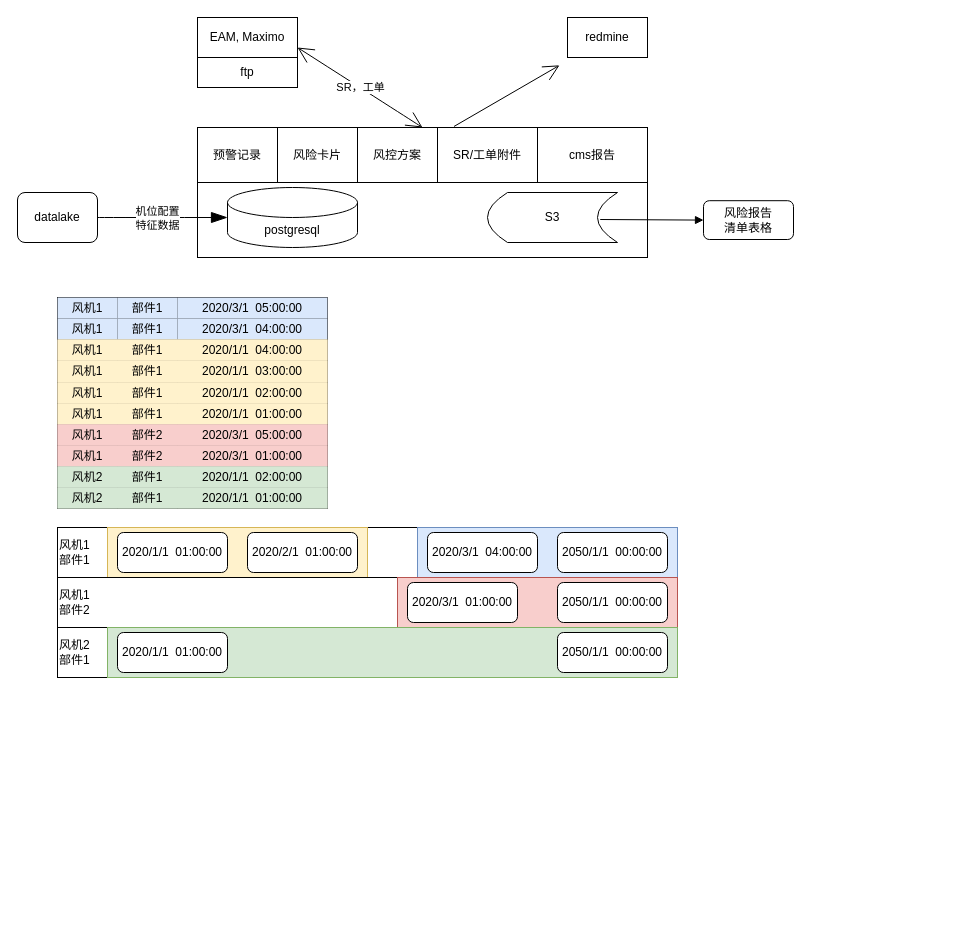
Before: 云端透视.drawio in tonyleifang/tony, a draw.io diagram. Source tidied: cells renumbered, new cells numbered last; positions are measured from the earlier drawing's top-left corner, leaving out a move shared by most shapes. Both pictures are drawn from the tidied source at 100%, with x=0, y=0 at pixel (17, 17).
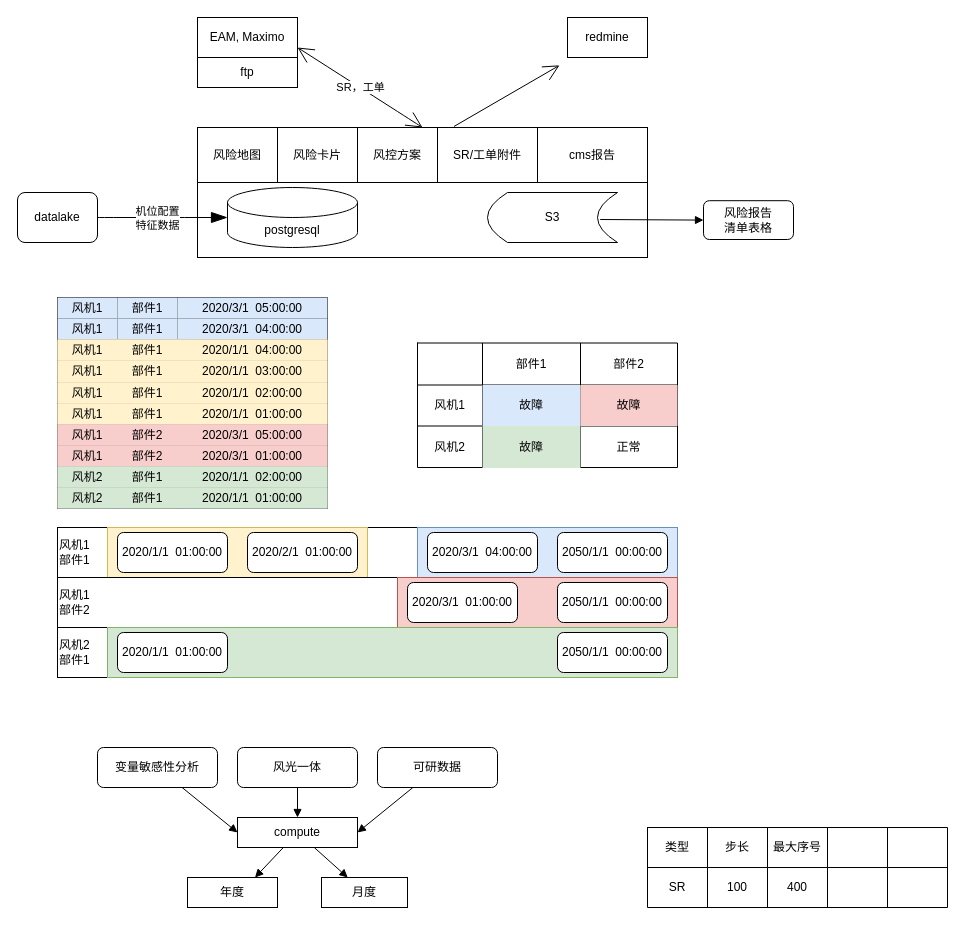
Above is the later version.

Commit message:
更新云端透视.drawio

The edit, as a diff of the source:
```diff
@@
-    <mxCell id="13" value="预警记录" style="rounded=0;whiteSpace=wrap;html=1;hachureGap=4;" parent="1" vertex="1">
+    <mxCell id="13" value="风险地图" style="rounded=0;whiteSpace=wrap;html=1;hachureGap=4;" parent="1" vertex="1">
       <mxGeometry x="180" y="110" width="80" height="55" as="geometry" />
     </mxCell>
@@
+    <mxCell id="76" style="rounded=0;jettySize=auto;html=1;endArrow=block;endFill=1;entryX=0;entryY=0.5;entryDx=0;entryDy=0;" parent="1" edge="1" source="77" target="82">
+      <mxGeometry relative="1" as="geometry" />
+    </mxCell>
+    <mxCell id="77" value="变量敏感性分析" style="rounded=1;whiteSpace=wrap;html=1;" parent="1" vertex="1">
+      <mxGeometry x="80" y="730" width="120" height="40" as="geometry" />
+    </mxCell>
+    <mxCell id="78" style="edgeStyle=none;jettySize=auto;html=1;endArrow=block;endFill=1;" parent="1" edge="1" source="79" target="82">
+      <mxGeometry relative="1" as="geometry" />
+    </mxCell>
+    <mxCell id="79" value="风光一体" style="rounded=1;whiteSpace=wrap;html=1;" parent="1" vertex="1">
+      <mxGeometry x="220" y="730" width="120" height="40" as="geometry" />
+    </mxCell>
+    <mxCell id="80" style="edgeStyle=none;jettySize=auto;html=1;endArrow=block;endFill=1;" parent="1" edge="1" source="82" target="84">
+      <mxGeometry relative="1" as="geometry" />
+    </mxCell>
+    <mxCell id="81" style="edgeStyle=none;jettySize=auto;html=1;endArrow=block;endFill=1;entryX=0.75;entryY=0;entryDx=0;entryDy=0;" parent="1" edge="1" source="82" target="83">
+      <mxGeometry relative="1" as="geometry" />
+    </mxCell>
+    <mxCell id="82" value="compute" style="rounded=0;whiteSpace=wrap;html=1;" parent="1" vertex="1">
+      <mxGeometry x="220" y="800" width="120" height="30" as="geometry" />
+    </mxCell>
+    <mxCell id="83" value="年度" style="rounded=0;whiteSpace=wrap;html=1;" parent="1" vertex="1">
+      <mxGeometry x="170" y="860" width="90" height="30" as="geometry" />
+    </mxCell>
+    <mxCell id="84" value="月度" style="rounded=0;whiteSpace=wrap;html=1;" parent="1" vertex="1">
+      <mxGeometry x="304" y="860" width="86" height="30" as="geometry" />
+    </mxCell>
+    <mxCell id="85" style="edgeStyle=none;jettySize=auto;html=1;endArrow=block;endFill=1;entryX=1;entryY=0.5;entryDx=0;entryDy=0;" parent="1" edge="1" source="86" target="82">
+      <mxGeometry relative="1" as="geometry" />
+    </mxCell>
+    <mxCell id="86" value="可研数据" style="rounded=1;whiteSpace=wrap;html=1;" parent="1" vertex="1">
+      <mxGeometry x="360" y="730" width="120" height="40" as="geometry" />
+    </mxCell>
+    <mxCell id="87" style="shape=table;startSize=0;childLayout=tableLayout;rounded=0;" parent="1" vertex="1">
+      <mxGeometry x="400" y="325.5" width="260" height="124.5" as="geometry" />
+    </mxCell>
+    <mxCell id="88" style="shape=partialRectangle;fillColor=none;top=0;left=0;bottom=0;right=0;rounded=0;" parent="87" vertex="1">
+      <mxGeometry width="260" height="42" as="geometry" />
+    </mxCell>
+    <mxCell id="89" style="shape=partialRectangle;html=1;whiteSpace=wrap;overflow=hidden;fillColor=none;top=0;left=0;bottom=0;right=0;rounded=0;" parent="88" vertex="1">
+      <mxGeometry width="65" height="42" as="geometry" />
+    </mxCell>
+    <mxCell id="90" value="部件1" style="shape=partialRectangle;html=1;whiteSpace=wrap;overflow=hidden;fillColor=none;top=0;left=0;bottom=0;right=0;rounded=0;" parent="88" vertex="1">
+      <mxGeometry x="65" width="98" height="42" as="geometry" />
+    </mxCell>
+    <mxCell id="91" value="部件2" style="shape=partialRectangle;html=1;whiteSpace=wrap;overflow=hidden;fillColor=none;top=0;left=0;bottom=0;right=0;rounded=0;" parent="88" vertex="1">
+      <mxGeometry x="163" width="97" height="42" as="geometry" />
+    </mxCell>
+    <mxCell id="92" style="shape=partialRectangle;fillColor=none;top=0;left=0;bottom=0;right=0;rounded=0;" parent="87" vertex="1">
+      <mxGeometry y="42" width="260" height="41" as="geometry" />
+    </mxCell>
+    <mxCell id="93" value="风机1" style="shape=partialRectangle;html=1;whiteSpace=wrap;overflow=hidden;fillColor=none;top=0;left=0;bottom=0;right=0;rounded=0;" parent="92" vertex="1">
+      <mxGeometry width="65" height="41" as="geometry" />
+    </mxCell>
+    <mxCell id="94" value="故障" style="shape=partialRectangle;html=1;whiteSpace=wrap;overflow=hidden;fillColor=#dae8fc;top=0;left=0;bottom=0;right=0;rounded=0;strokeColor=#6c8ebf;" parent="92" vertex="1">
+      <mxGeometry x="65" width="98" height="41" as="geometry" />
+    </mxCell>
+    <mxCell id="95" value="故障" style="shape=partialRectangle;html=1;whiteSpace=wrap;overflow=hidden;fillColor=#f8cecc;top=0;left=0;bottom=0;right=0;rounded=0;strokeColor=#b85450;" parent="92" vertex="1">
+      <mxGeometry x="163" width="97" height="41" as="geometry" />
+    </mxCell>
+    <mxCell id="96" style="shape=partialRectangle;fillColor=none;top=0;left=0;bottom=0;right=0;rounded=0;" parent="87" vertex="1">
+      <mxGeometry y="83" width="260" height="42" as="geometry" />
+    </mxCell>
+    <mxCell id="97" value="风机2" style="shape=partialRectangle;html=1;whiteSpace=wrap;overflow=hidden;fillColor=none;top=0;left=0;bottom=0;right=0;rounded=0;" parent="96" vertex="1">
+      <mxGeometry width="65" height="42" as="geometry" />
+    </mxCell>
+    <mxCell id="98" value="故障" style="shape=partialRectangle;html=1;whiteSpace=wrap;overflow=hidden;fillColor=#d5e8d4;top=0;left=0;bottom=0;right=0;rounded=0;strokeColor=#82b366;" parent="96" vertex="1">
+      <mxGeometry x="65" width="98" height="42" as="geometry" />
+    </mxCell>
+    <mxCell id="99" value="正常" style="shape=partialRectangle;html=1;whiteSpace=wrap;overflow=hidden;fillColor=none;top=0;left=0;bottom=0;right=0;rounded=0;" parent="96" vertex="1">
+      <mxGeometry x="163" width="97" height="42" as="geometry" />
+    </mxCell>
+    <mxCell id="100" style="shape=table;startSize=0;childLayout=tableLayout;rounded=0;" parent="1" vertex="1">
+      <mxGeometry x="630" y="810" width="300" height="80" as="geometry" />
+    </mxCell>
+    <mxCell id="101" style="shape=partialRectangle;fillColor=none;top=0;left=0;bottom=0;right=0;rounded=0;" parent="100" vertex="1">
+      <mxGeometry width="300" height="40" as="geometry" />
+    </mxCell>
+    <mxCell id="102" value="类型" style="shape=partialRectangle;html=1;whiteSpace=wrap;overflow=hidden;fillColor=none;top=0;left=0;bottom=0;right=0;rounded=0;" parent="101" vertex="1">
+      <mxGeometry width="60" height="40" as="geometry" />
+    </mxCell>
+    <mxCell id="103" value="步长" style="shape=partialRectangle;html=1;whiteSpace=wrap;overflow=hidden;fillColor=none;top=0;left=0;bottom=0;right=0;rounded=0;" parent="101" vertex="1">
+      <mxGeometry x="60" width="60" height="40" as="geometry" />
+    </mxCell>
+    <mxCell id="104" value="最大序号" style="shape=partialRectangle;html=1;whiteSpace=wrap;overflow=hidden;fillColor=none;top=0;left=0;bottom=0;right=0;rounded=0;" parent="101" vertex="1">
+      <mxGeometry x="120" width="60" height="40" as="geometry" />
+    </mxCell>
+    <mxCell id="105" style="shape=partialRectangle;html=1;whiteSpace=wrap;overflow=hidden;fillColor=none;top=0;left=0;bottom=0;right=0;rounded=0;" parent="101" vertex="1">
+      <mxGeometry x="180" width="60" height="40" as="geometry" />
+    </mxCell>
+    <mxCell id="106" style="shape=partialRectangle;html=1;whiteSpace=wrap;overflow=hidden;fillColor=none;top=0;left=0;bottom=0;right=0;rounded=0;" parent="101" vertex="1">
+      <mxGeometry x="240" width="60" height="40" as="geometry" />
+    </mxCell>
+    <mxCell id="107" style="shape=partialRectangle;fillColor=none;top=0;left=0;bottom=0;right=0;rounded=0;" parent="100" vertex="1">
+      <mxGeometry y="40" width="300" height="40" as="geometry" />
+    </mxCell>
+    <mxCell id="108" value="SR" style="shape=partialRectangle;html=1;whiteSpace=wrap;overflow=hidden;fillColor=none;top=0;left=0;bottom=0;right=0;rounded=0;" parent="107" vertex="1">
+      <mxGeometry width="60" height="40" as="geometry" />
+    </mxCell>
+    <mxCell id="109" value="100" style="shape=partialRectangle;html=1;whiteSpace=wrap;overflow=hidden;fillColor=none;top=0;left=0;bottom=0;right=0;rounded=0;" parent="107" vertex="1">
+      <mxGeometry x="60" width="60" height="40" as="geometry" />
+    </mxCell>
+    <mxCell id="110" value="400" style="shape=partialRectangle;html=1;whiteSpace=wrap;overflow=hidden;fillColor=none;top=0;left=0;bottom=0;right=0;rounded=0;" parent="107" vertex="1">
+      <mxGeometry x="120" width="60" height="40" as="geometry" />
+    </mxCell>
+    <mxCell id="111" style="shape=partialRectangle;html=1;whiteSpace=wrap;overflow=hidden;fillColor=none;top=0;left=0;bottom=0;right=0;rounded=0;" parent="107" vertex="1">
+      <mxGeometry x="180" width="60" height="40" as="geometry" />
+    </mxCell>
+    <mxCell id="112" style="shape=partialRectangle;html=1;whiteSpace=wrap;overflow=hidden;fillColor=none;top=0;left=0;bottom=0;right=0;rounded=0;" parent="107" vertex="1">
+      <mxGeometry x="240" width="60" height="40" as="geometry" />
+    </mxCell>
```
